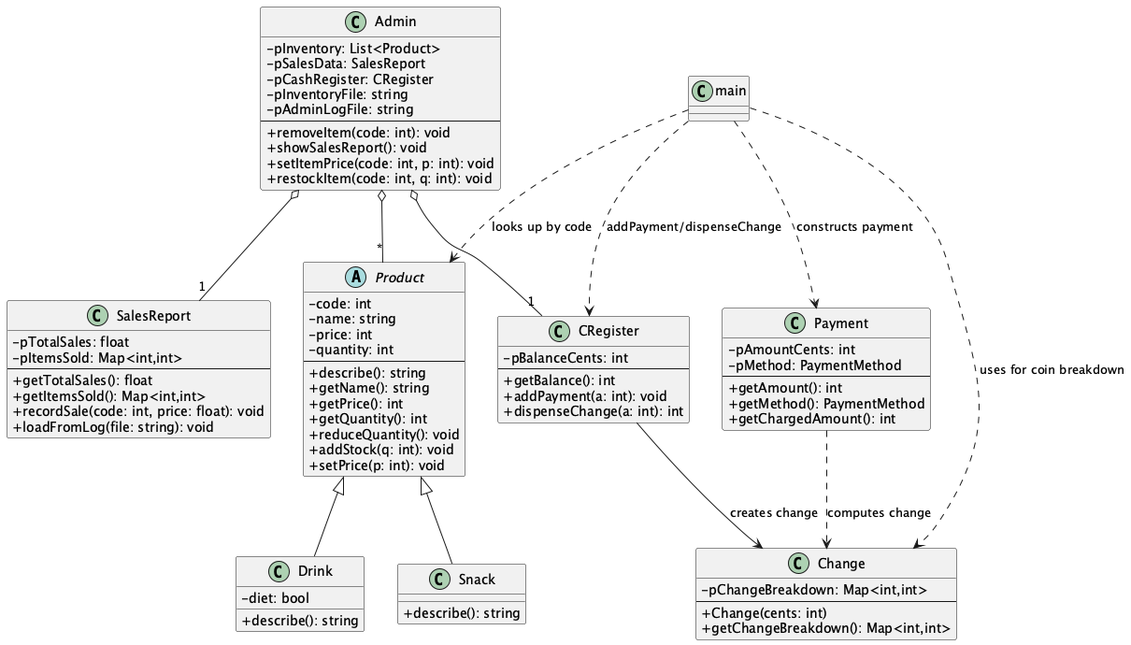
Above: class_diagram.png in kenjiADL/OOP_Final_Project (PlantUML), before the change.
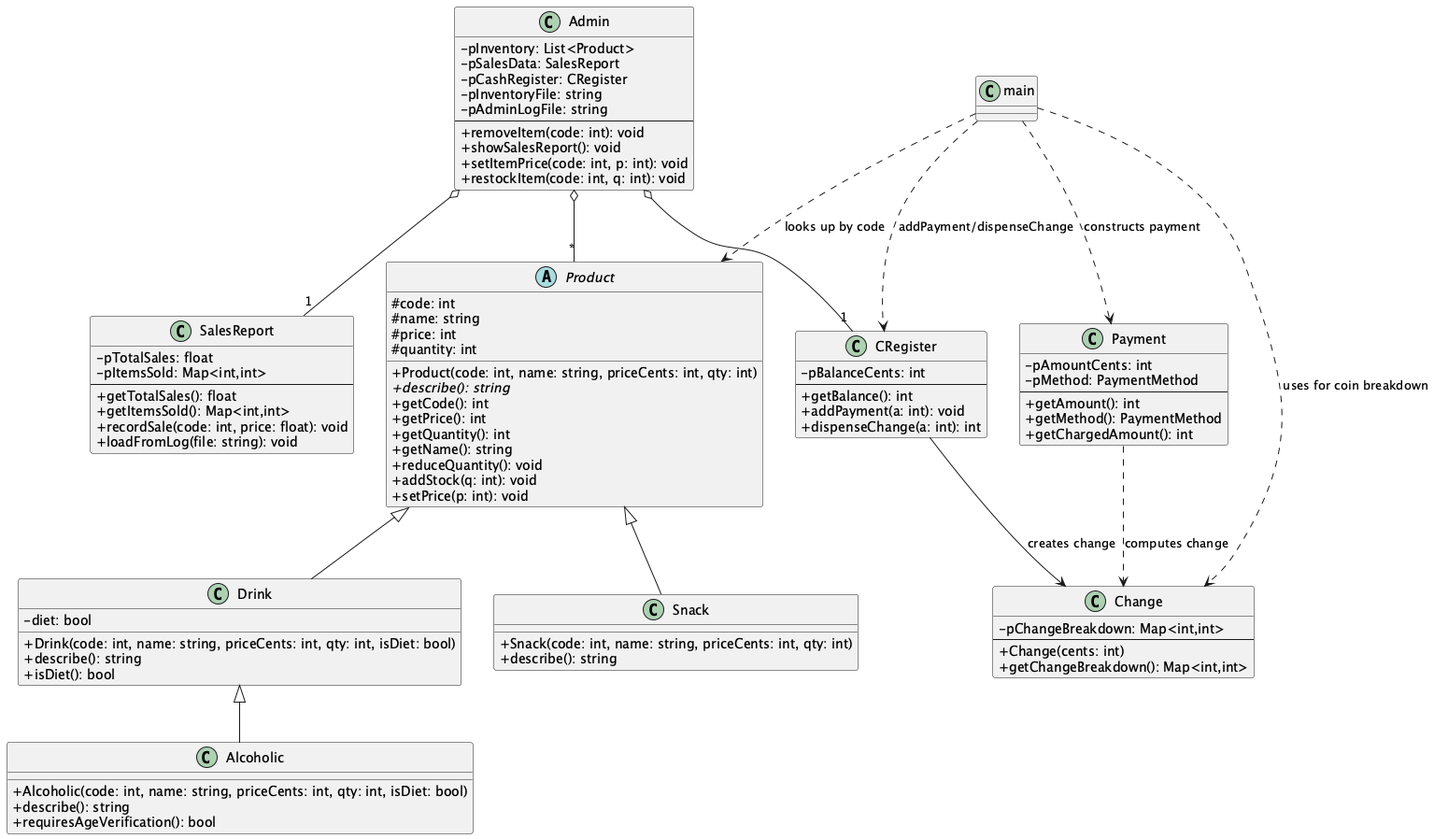
After the change.

Diff of the diagram source:
```diff
@@ -5,30 +5,42 @@
 
 
 abstract class Product {
-  - code: int
-  - name: string
-  - price: int
-  - quantity: int
-  --
-  + describe(): string
-  + getName(): string
+  # code: int
+  # name: string
+  # price: int
+  # quantity: int
+  + Product(code: int, name: string, priceCents: int, qty: int)
+  + {abstract} describe(): string
+  + getCode(): int
   + getPrice(): int
   + getQuantity(): int
+  + getName(): string
   + reduceQuantity(): void
   + addStock(q: int): void
   + setPrice(p: int): void
 }
 
 class Snack {
+  + Snack(code: int, name: string, priceCents: int, qty: int)
   + describe(): string
 }
+
 class Drink {
   - diet: bool
+  + Drink(code: int, name: string, priceCents: int, qty: int, isDiet: bool)
   + describe(): string
+  + isDiet(): bool
+}
+
+class Alcoholic {
+  + Alcoholic(code: int, name: string, priceCents: int, qty: int, isDiet: bool)
+  + describe(): string
+  + requiresAgeVerification(): bool
 }
 
 Product <|-- Snack
 Product <|-- Drink
+Drink <|-- Alcoholic
 
 
 class Payment {
```
